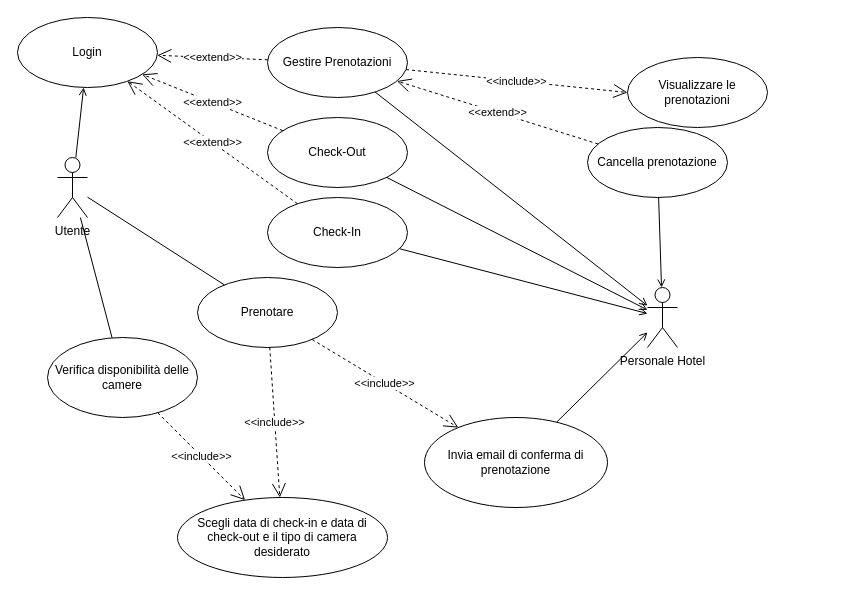
This is CasiUso1.drawio from HattyDoge/SnowWhite, a draw.io file, before an edit. Source tidied: cells renumbered, new cells numbered last; positions are measured from the earlier drawing's top-left corner, leaving out a move shared by most shapes. Both pictures are drawn from the tidied source at 100%, with x=0, y=0 at pixel (17, 17).
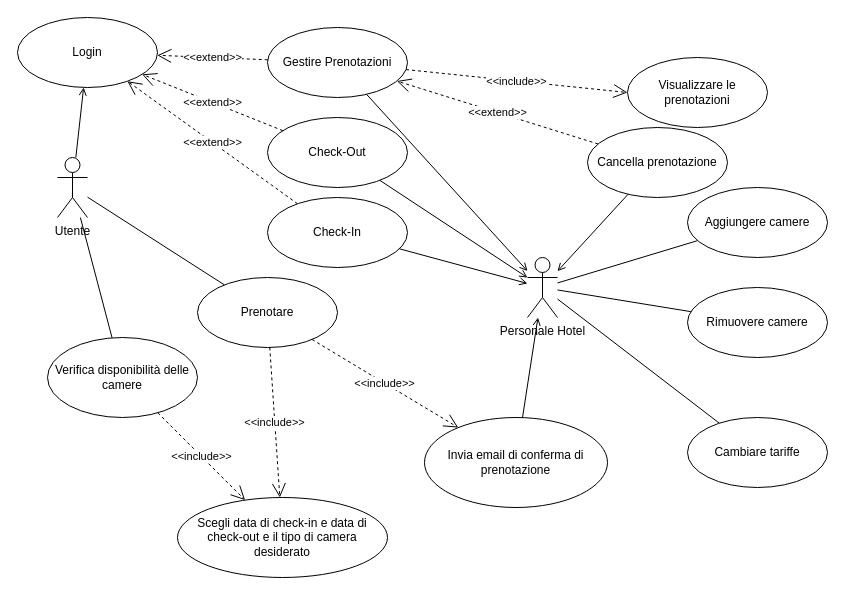
The same page after the edit.

Diff of the diagram source:
```diff
@@
+    <mxCell id="30" style="rounded=0;jettySize=auto;html=1;endArrow=none;endFill=0;" parent="1" edge="1" source="17" target="33">
+      <mxGeometry relative="1" as="geometry" />
+    </mxCell>
+    <mxCell id="31" style="rounded=0;jettySize=auto;html=1;endArrow=none;endFill=0;" parent="1" edge="1" source="17" target="34">
+      <mxGeometry relative="1" as="geometry" />
+    </mxCell>
+    <mxCell id="32" style="rounded=0;jettySize=auto;html=1;endArrow=none;endFill=0;" parent="1" edge="1" source="17" target="35">
+      <mxGeometry relative="1" as="geometry" />
+    </mxCell>
     <mxCell id="17" value="Personale Hotel" style="shape=umlActor;verticalLabelPosition=bottom;verticalAlign=top;html=1;" parent="1" vertex="1">
-      <mxGeometry x="630" y="270" width="30" height="60" as="geometry" />
+      <mxGeometry x="510" y="240" width="30" height="60" as="geometry" />
     </mxCell>
@@
+    <mxCell id="33" value="Aggiungere camere" style="ellipse;whiteSpace=wrap;html=1;" parent="1" vertex="1">
+      <mxGeometry x="670" y="170" width="140" height="70" as="geometry" />
+    </mxCell>
+    <mxCell id="34" value="Rimuovere camere" style="ellipse;whiteSpace=wrap;html=1;" parent="1" vertex="1">
+      <mxGeometry x="670" y="270" width="140" height="70" as="geometry" />
+    </mxCell>
+    <mxCell id="35" value="Cambiare tariffe" style="ellipse;whiteSpace=wrap;html=1;" parent="1" vertex="1">
+      <mxGeometry x="670" y="400" width="140" height="70" as="geometry" />
+    </mxCell>
```
